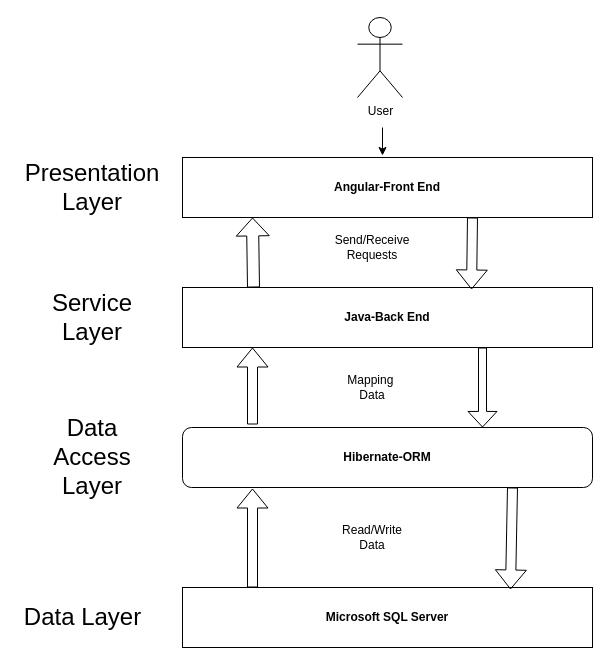
condoran/Ciobanii-si-Oile keeps this draw.io diagram as doc/Diagrams/ArchitectureDiagram/ArchitectureDiagram.drawio. Above is the earlier version. Source tidied: cells renumbered, new cells numbered last; positions are measured from the earlier drawing's top-left corner, leaving out a move shared by most shapes. Both pictures are drawn from the tidied source at 100%, with x=0, y=0 at pixel (17, 17).
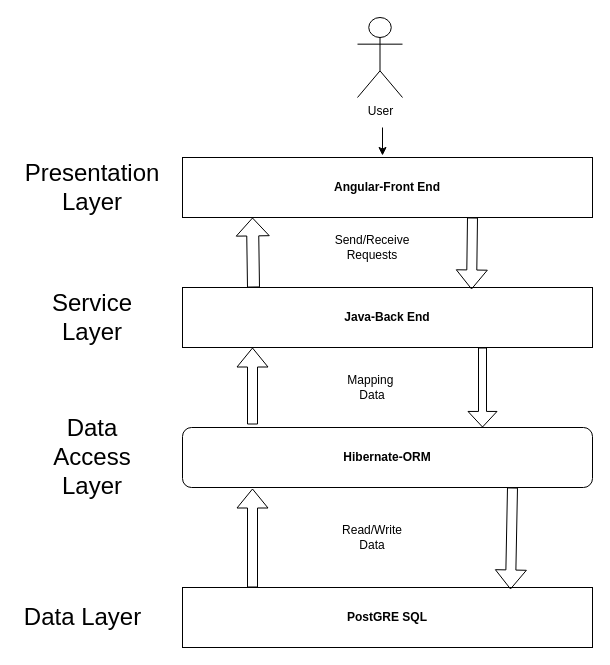
The same page after the edit.

Commit message (it also covers changes not shown here):
architecture diagram updated

What changed in the source:
```diff
@@
-    <mxCell id="2" value="&lt;b&gt;Microsoft SQL Server&lt;/b&gt;" style="rounded=0;whiteSpace=wrap;html=1;" parent="1" vertex="1">
+    <mxCell id="2" value="&lt;b&gt;PostGRE SQL&lt;/b&gt;" style="rounded=0;whiteSpace=wrap;html=1;" parent="1" vertex="1">
       <mxGeometry x="165" y="570" width="410" height="60" as="geometry" />
     </mxCell>
```
